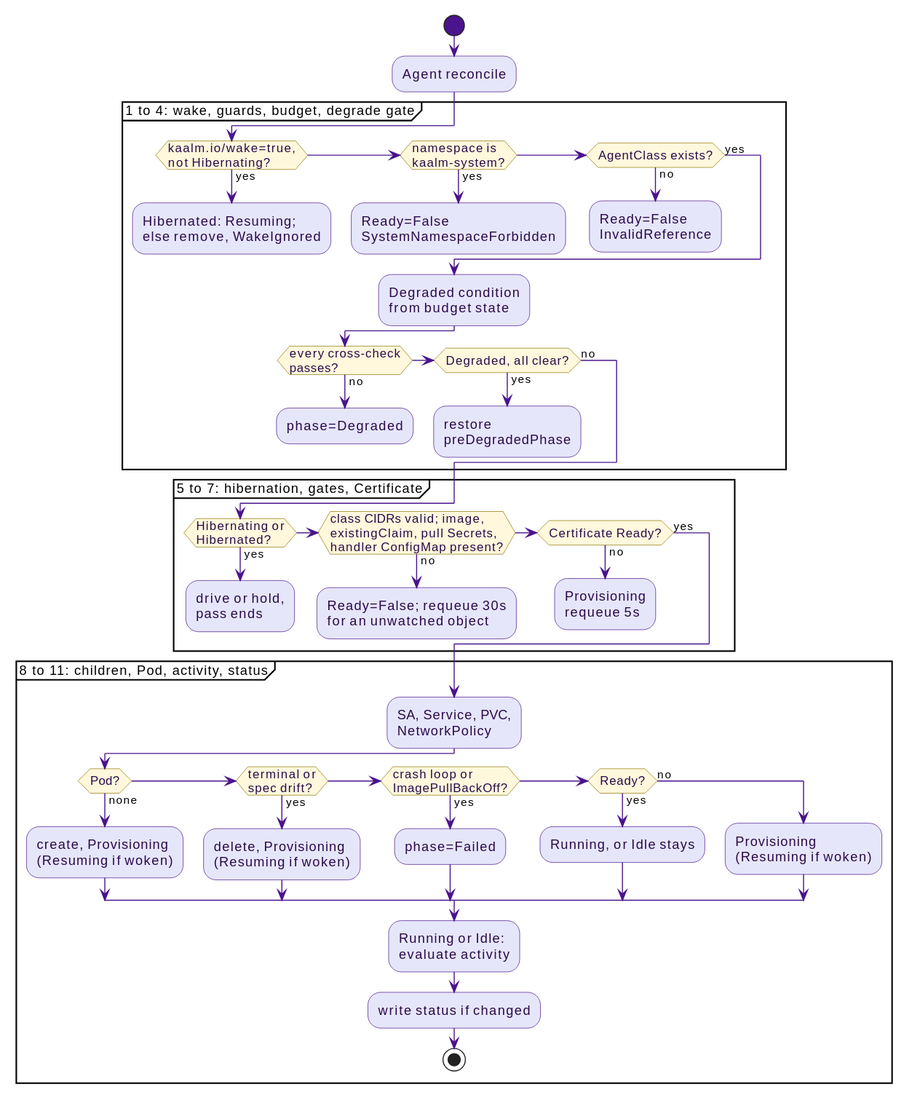
win07xp/kaalm keeps this PlantUML diagram as docs/src/diagrams/agent-reconcile-pass.svg. Above is the earlier version.
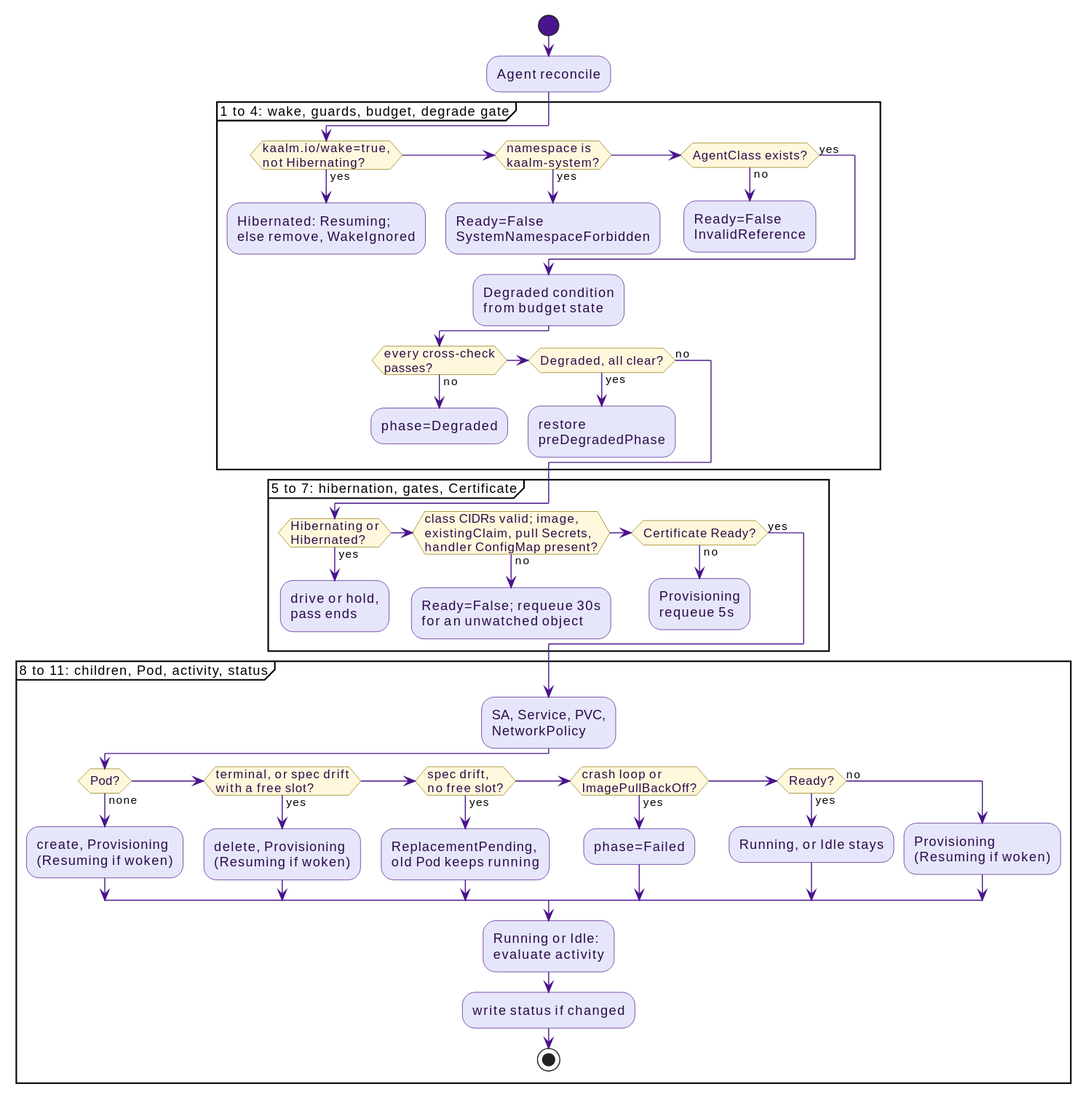
Above is the later version.

The edit, as a diff of the source:
```diff
@@ -45,8 +45,10 @@
   :SA, Service, PVC,\nNetworkPolicy;
   if (Pod?) then (none)
     :create, Provisioning\n(Resuming if woken);
-  elseif (terminal or\nspec drift?) then (yes)
+  elseif (terminal, or spec drift\nwith a free slot?) then (yes)
     :delete, Provisioning\n(Resuming if woken);
+  elseif (spec drift,\nno free slot?) then (yes)
+    :ReplacementPending,\nold Pod keeps running;
   elseif (crash loop or\nImagePullBackOff?) then (yes)
     :phase=Failed;
   elseif (Ready?) then (yes)
```
